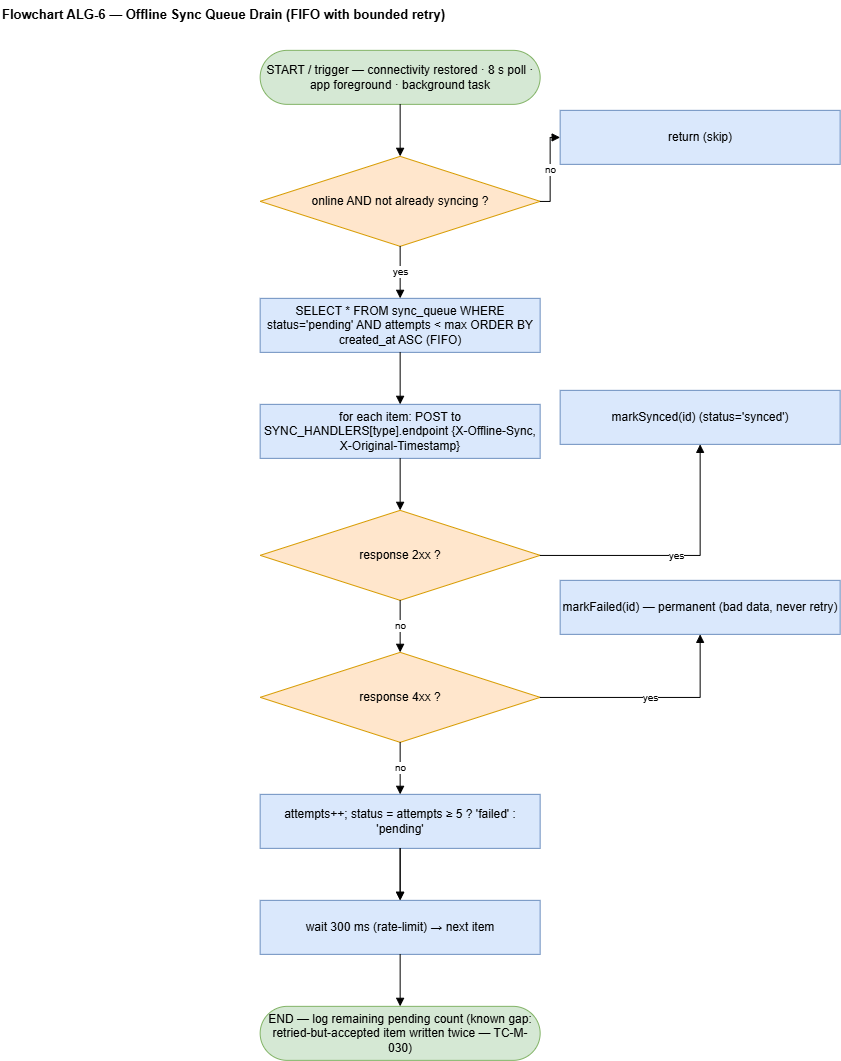
Before: research-report-source/diagrams/pngs/Flowchart_ALG-6_Offline_Sync_Queue_Drain.drawio.png, a diagram exported from draw.io (DeshanDV1003/Suraksha---Web-App). Source tidied: cells renumbered, new cells last; positions are measured from the earlier drawing's top-left corner, leaving out a move shared by most shapes.
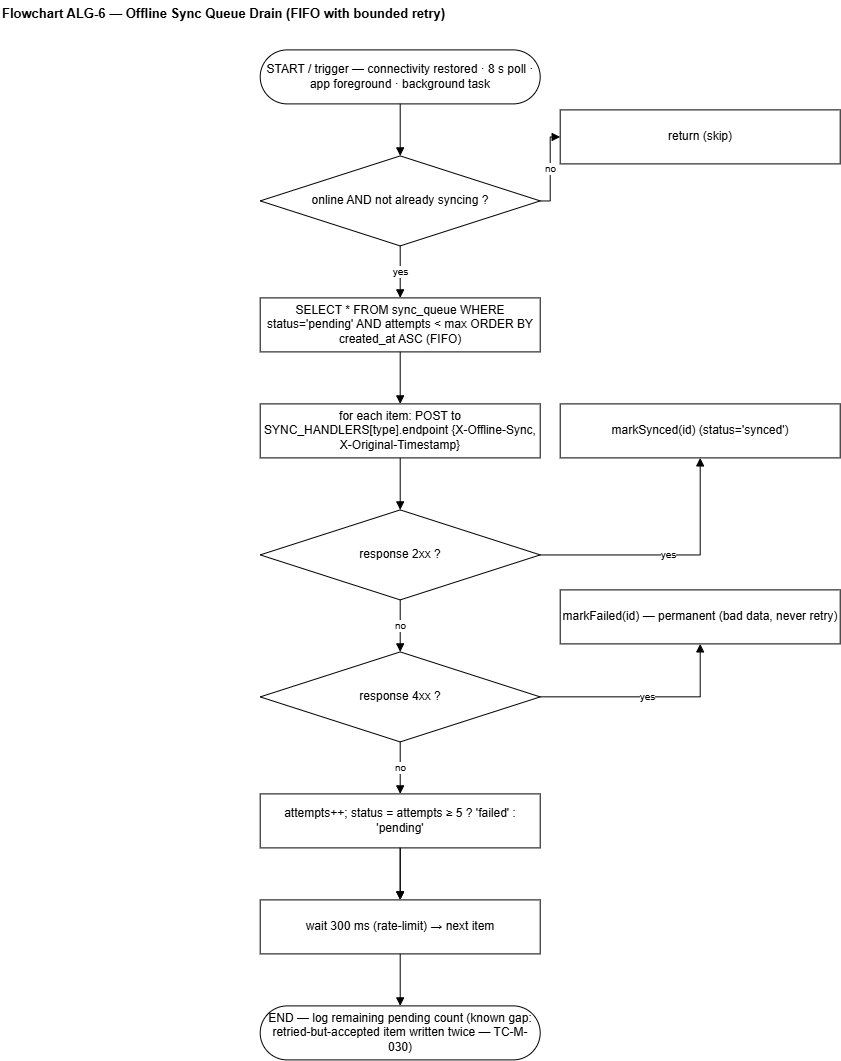
Above is the later version.

The edit, as a diff of the source:
```diff
@@ -5,40 +5,40 @@
     <mxCell id="2" value="Flowchart ALG-6 — Offline Sync Queue Drain (FIFO with bounded retry)" style="text;html=1;fontStyle=1;fontSize=13;align=left;" parent="1" vertex="1">
       <mxGeometry width="820" height="26" as="geometry" />
     </mxCell>
-    <mxCell id="3" value="START / trigger — connectivity restored · 8 s poll · app foreground · background task" style="rounded=1;arcSize=50;whiteSpace=wrap;html=1;fillColor=#d5e8d4;strokeColor=#82b366;" parent="1" vertex="1">
+    <mxCell id="3" value="START / trigger — connectivity restored · 8 s poll · app foreground · background task" style="rounded=1;arcSize=50;whiteSpace=wrap;html=1;" parent="1" vertex="1">
       <mxGeometry x="260" y="50" width="280" height="54" as="geometry" />
     </mxCell>
-    <mxCell id="4" value="online AND not already syncing ?" style="rhombus;whiteSpace=wrap;html=1;fillColor=#ffe6cc;strokeColor=#d79b00;" parent="1" vertex="1">
+    <mxCell id="4" value="online AND not already syncing ?" style="rhombus;whiteSpace=wrap;html=1;" parent="1" vertex="1">
       <mxGeometry x="260" y="156" width="280" height="90" as="geometry" />
     </mxCell>
-    <mxCell id="5" value="return (skip)" style="rounded=0;whiteSpace=wrap;html=1;fillColor=#dae8fc;strokeColor=#6c8ebf;" parent="1" vertex="1">
+    <mxCell id="5" value="return (skip)" style="rounded=0;whiteSpace=wrap;html=1;" parent="1" vertex="1">
       <mxGeometry x="560" y="110" width="280" height="54" as="geometry" />
     </mxCell>
-    <mxCell id="6" value="SELECT * FROM sync_queue WHERE status='pending' AND attempts &lt; max ORDER BY created_at ASC  (FIFO)" style="rounded=0;whiteSpace=wrap;html=1;fillColor=#dae8fc;strokeColor=#6c8ebf;" parent="1" vertex="1">
+    <mxCell id="6" value="SELECT * FROM sync_queue WHERE status='pending' AND attempts &lt; max ORDER BY created_at ASC  (FIFO)" style="rounded=0;whiteSpace=wrap;html=1;" parent="1" vertex="1">
       <mxGeometry x="260" y="298" width="280" height="54" as="geometry" />
     </mxCell>
-    <mxCell id="7" value="for each item: POST to SYNC_HANDLERS[type].endpoint  {X-Offline-Sync, X-Original-Timestamp}" style="rounded=0;whiteSpace=wrap;html=1;fillColor=#dae8fc;strokeColor=#6c8ebf;" parent="1" vertex="1">
+    <mxCell id="7" value="for each item: POST to SYNC_HANDLERS[type].endpoint  {X-Offline-Sync, X-Original-Timestamp}" style="rounded=0;whiteSpace=wrap;html=1;" parent="1" vertex="1">
       <mxGeometry x="260" y="404" width="280" height="54" as="geometry" />
     </mxCell>
-    <mxCell id="8" value="response 2xx ?" style="rhombus;whiteSpace=wrap;html=1;fillColor=#ffe6cc;strokeColor=#d79b00;" parent="1" vertex="1">
+    <mxCell id="8" value="response 2xx ?" style="rhombus;whiteSpace=wrap;html=1;" parent="1" vertex="1">
       <mxGeometry x="260" y="510" width="280" height="90" as="geometry" />
     </mxCell>
-    <mxCell id="9" value="markSynced(id)  (status='synced')" style="rounded=0;whiteSpace=wrap;html=1;fillColor=#dae8fc;strokeColor=#6c8ebf;" parent="1" vertex="1">
-      <mxGeometry x="560" y="390" width="280" height="54" as="geometry" />
+    <mxCell id="9" value="markSynced(id)  (status='synced')" style="rounded=0;whiteSpace=wrap;html=1;" parent="1" vertex="1">
+      <mxGeometry x="560" y="404" width="280" height="54" as="geometry" />
     </mxCell>
-    <mxCell id="10" value="response 4xx ?" style="rhombus;whiteSpace=wrap;html=1;fillColor=#ffe6cc;strokeColor=#d79b00;" parent="1" vertex="1">
+    <mxCell id="10" value="response 4xx ?" style="rhombus;whiteSpace=wrap;html=1;" parent="1" vertex="1">
       <mxGeometry x="260" y="652" width="280" height="90" as="geometry" />
     </mxCell>
-    <mxCell id="11" value="markFailed(id)  — permanent (bad data, never retry)" style="rounded=0;whiteSpace=wrap;html=1;fillColor=#dae8fc;strokeColor=#6c8ebf;" parent="1" vertex="1">
-      <mxGeometry x="560" y="580" width="280" height="54" as="geometry" />
+    <mxCell id="11" value="markFailed(id)  — permanent (bad data, never retry)" style="rounded=0;whiteSpace=wrap;html=1;" parent="1" vertex="1">
+      <mxGeometry x="560" y="590" width="280" height="54" as="geometry" />
     </mxCell>
-    <mxCell id="12" value="attempts++; status = attempts ≥ 5 ? 'failed' : 'pending'" style="rounded=0;whiteSpace=wrap;html=1;fillColor=#dae8fc;strokeColor=#6c8ebf;" parent="1" vertex="1">
+    <mxCell id="12" value="attempts++; status = attempts ≥ 5 ? 'failed' : 'pending'" style="rounded=0;whiteSpace=wrap;html=1;" parent="1" vertex="1">
       <mxGeometry x="260" y="794" width="280" height="54" as="geometry" />
     </mxCell>
-    <mxCell id="13" value="wait 300 ms (rate-limit) → next item" style="rounded=0;whiteSpace=wrap;html=1;fillColor=#dae8fc;strokeColor=#6c8ebf;" parent="1" vertex="1">
+    <mxCell id="13" value="wait 300 ms (rate-limit) → next item" style="rounded=0;whiteSpace=wrap;html=1;" parent="1" vertex="1">
       <mxGeometry x="260" y="900" width="280" height="54" as="geometry" />
     </mxCell>
-    <mxCell id="14" value="END — log remaining pending count  (known gap: retried-but-accepted item written twice — TC-M-030)" style="rounded=1;arcSize=50;whiteSpace=wrap;html=1;fillColor=#d5e8d4;strokeColor=#82b366;" parent="1" vertex="1">
+    <mxCell id="14" value="END — log remaining pending count  (known gap: retried-but-accepted item written twice — TC-M-030)" style="rounded=1;arcSize=50;whiteSpace=wrap;html=1;" parent="1" vertex="1">
       <mxGeometry x="260" y="1006" width="280" height="54" as="geometry" />
     </mxCell>
     <mxCell id="15" style="edgeStyle=orthogonalEdgeStyle;rounded=0;html=1;endArrow=block;fontSize=10;" parent="1" edge="1" source="3" target="4">
@@ -66,11 +66,7 @@
       <mxGeometry relative="1" as="geometry" />
     </mxCell>
     <mxCell id="23" value="yes" style="edgeStyle=orthogonalEdgeStyle;rounded=0;html=1;endArrow=block;fontSize=10;" parent="1" edge="1" source="8" target="9">
-      <mxGeometry relative="1" as="geometry">
-        <Array as="points">
-          <mxPoint x="700" y="555" />
-        </Array>
-      </mxGeometry>
+      <mxGeometry relative="1" as="geometry" />
     </mxCell>
     <mxCell id="24" value="no" style="edgeStyle=orthogonalEdgeStyle;rounded=0;html=1;endArrow=block;fontSize=10;" parent="1" edge="1" source="10" target="12">
       <mxGeometry relative="1" as="geometry" />
```
